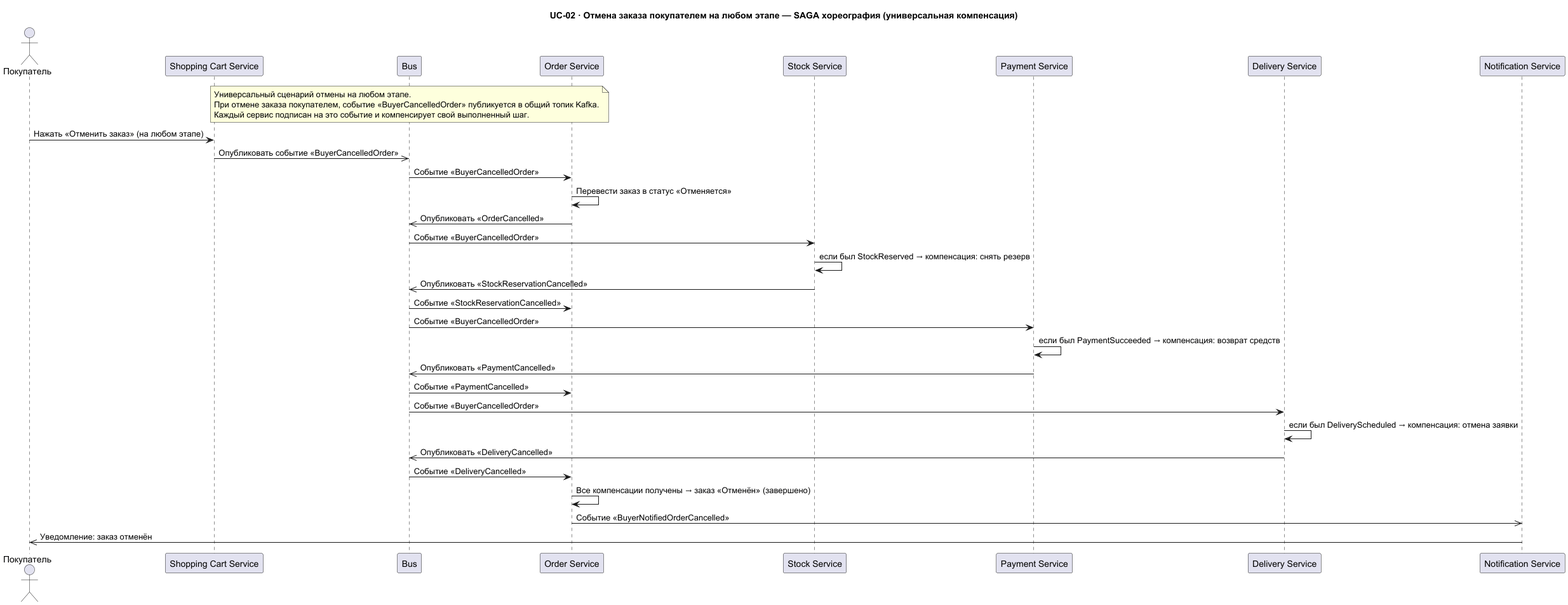
The PlantUML diagram Task1/seq-order-placement-choreography-buyer-cancel.png in Babikoff/MSA-3-NovaMarket, before a commit.
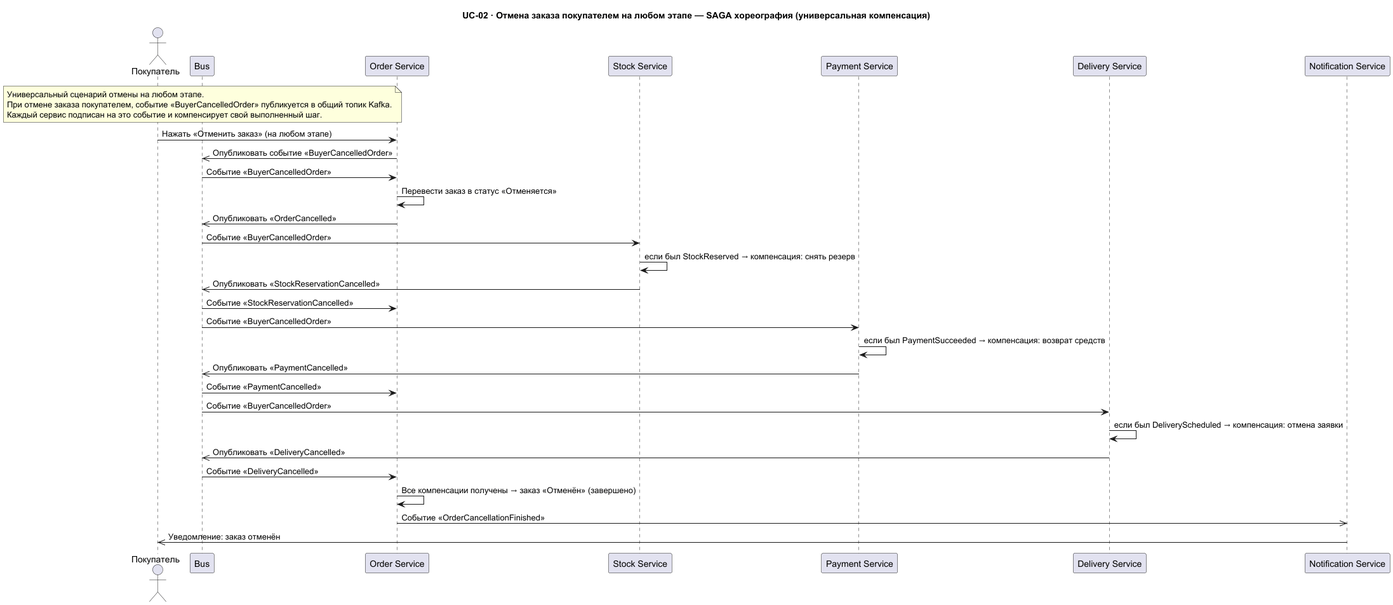
After the change.

The edit, as a diff of the source:
```diff
@@ -8,7 +8,6 @@
 end note
 
 actor "Покупатель" as buyer
-participant "Shopping Cart Service" as ShoppingCartService
 participant "Event Bus (Kafka)" as Bus
 participant "Order Service" as OrderService
 participant "Stock Service" as StockService
@@ -16,8 +15,8 @@
 participant "Delivery Service" as DeliveryService
 participant "Notification Service" as NotificationService
 
-buyer -> ShoppingCartService : Нажать «Отменить заказ» (на любом этапе)
-ShoppingCartService ->> Bus : Опубликовать событие «BuyerCancelledOrder»
+buyer -> OrderService : Нажать «Отменить заказ» (на любом этапе)
+OrderService ->> Bus : Опубликовать событие «BuyerCancelledOrder»
 
 Bus -> OrderService : Событие «BuyerCancelledOrder»
 OrderService -> OrderService : Перевести заказ в статус «Отменяется»
@@ -39,7 +38,7 @@
 Bus -> OrderService : Событие «DeliveryCancelled»
 
 OrderService -> OrderService : Все компенсации получены → заказ «Отменён» (завершено)
-OrderService ->> NotificationService : Событие «BuyerNotifiedOrderCancelled»
+OrderService ->> NotificationService : Событие «OrderCancellationFinished»
 NotificationService ->> buyer : Уведомление: заказ отменён
 
 @enduml
```
